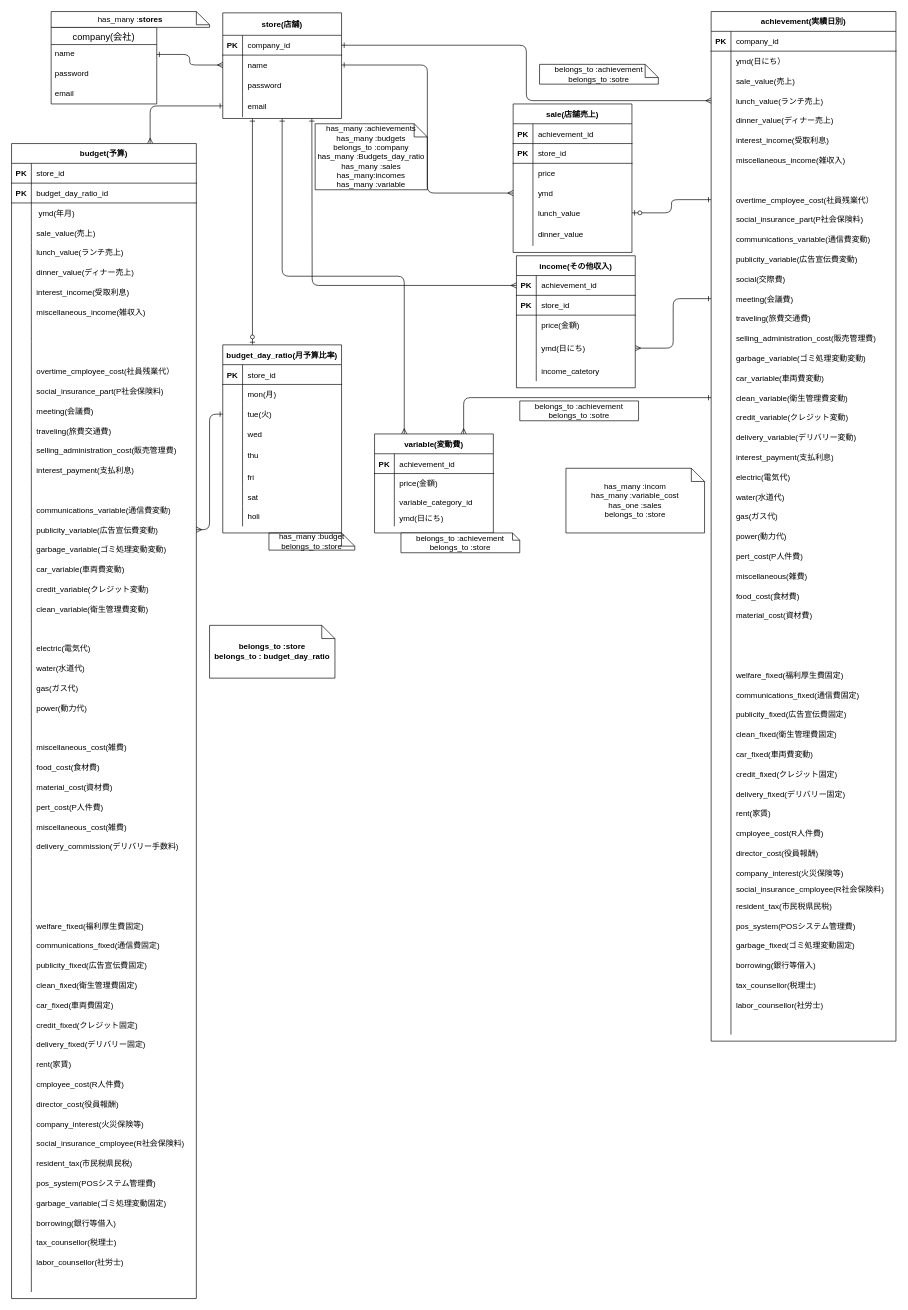
Earlier version of the draw.io diagram ER図.dio (yanagi0306/profit_loss). Source tidied: cells renumbered, new cells numbered last; positions are measured from the earlier drawing's top-left corner, leaving out a move shared by most shapes. Both pictures are drawn from the tidied source at 66%, with x=0, y=0 at pixel (11, 11).
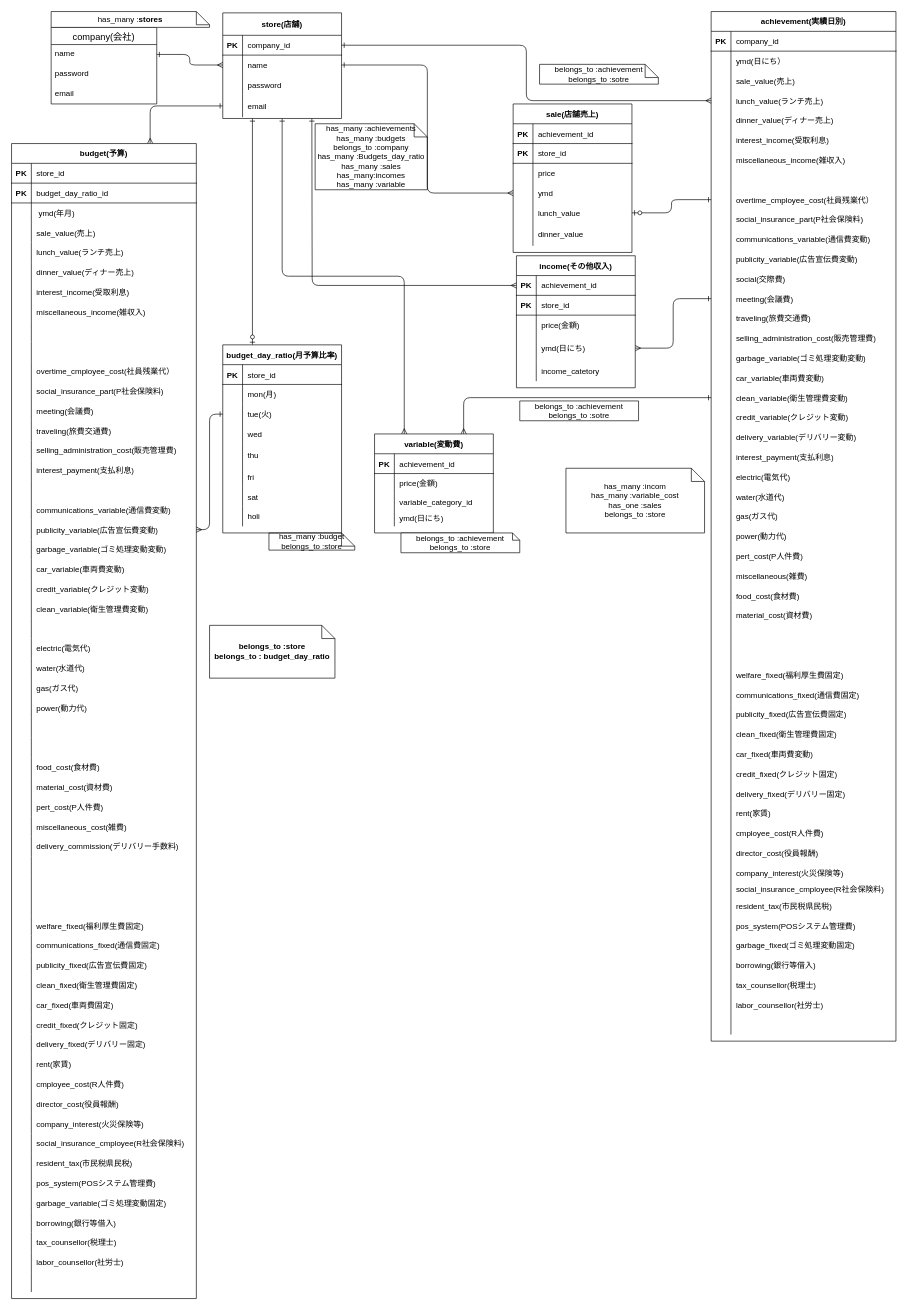
After the change.

Unchanged cells that the change refers to:
```xml
<mxCell id="118" style="shape=partialRectangle;fillColor=none;top=0;left=0;bottom=0;right=0;" parent="30" vertex="1">
  <mxGeometry y="900" width="280" height="30" as="geometry" />
</mxCell>
```

Change to the diagram source:
```diff
@@
-    <mxCell id="120" value="miscellaneous_cost(雑費)" style="shape=partialRectangle;fillColor=none;top=0;left=0;bottom=0;right=0;align=left;spacingLeft=6;overflow=hidden;" parent="118" vertex="1">
+    <mxCell id="120" style="shape=partialRectangle;fillColor=none;top=0;left=0;bottom=0;right=0;align=left;spacingLeft=6;overflow=hidden;" parent="118" vertex="1">
       <mxGeometry x="30" width="250" height="30" as="geometry" />
     </mxCell>
```
